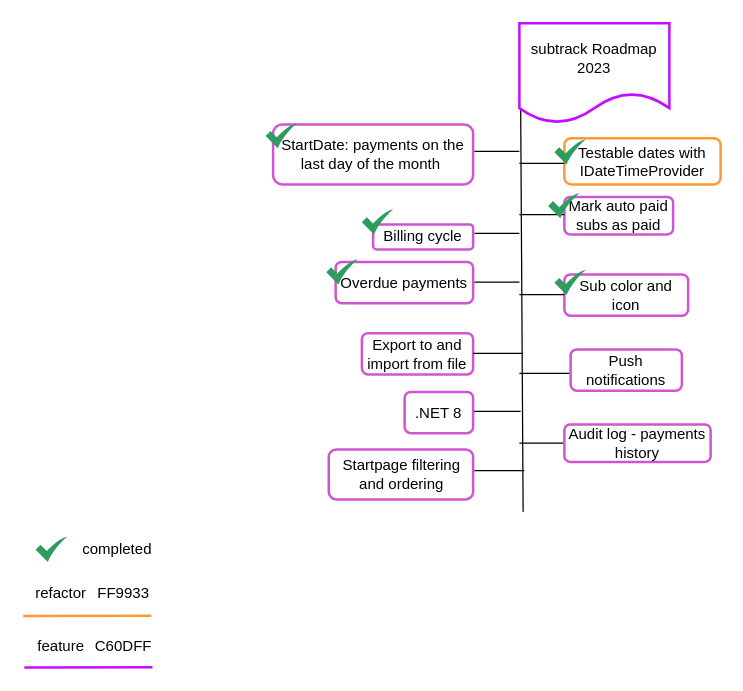
Before: docs/roadmap.drawio in Code2Gether-Discord/subtrack, a draw.io diagram. Source tidied: cells renumbered, new cells numbered last; positions are measured from the earlier drawing's top-left corner, leaving out a move shared by most shapes. Both pictures are drawn from the tidied source at 125%, with x=0, y=0 at pixel (22, 22).
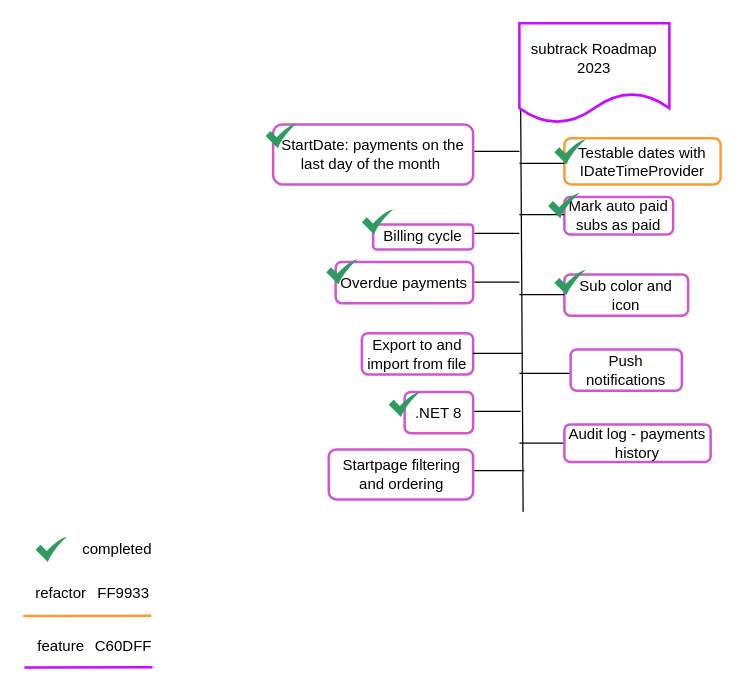
After the change.

Diff of the diagram source:
```diff
@@
+    <mxCell id="40" style="sketch=0;html=1;strokeColor=none;shadow=0;align=center;verticalAlign=top;fillColor=#2D9C5E;shape=mxgraph.gcp2.check;" parent="1" vertex="1">
+      <mxGeometry x="292.5" y="295" width="25" height="20" as="geometry" />
+    </mxCell>
```
